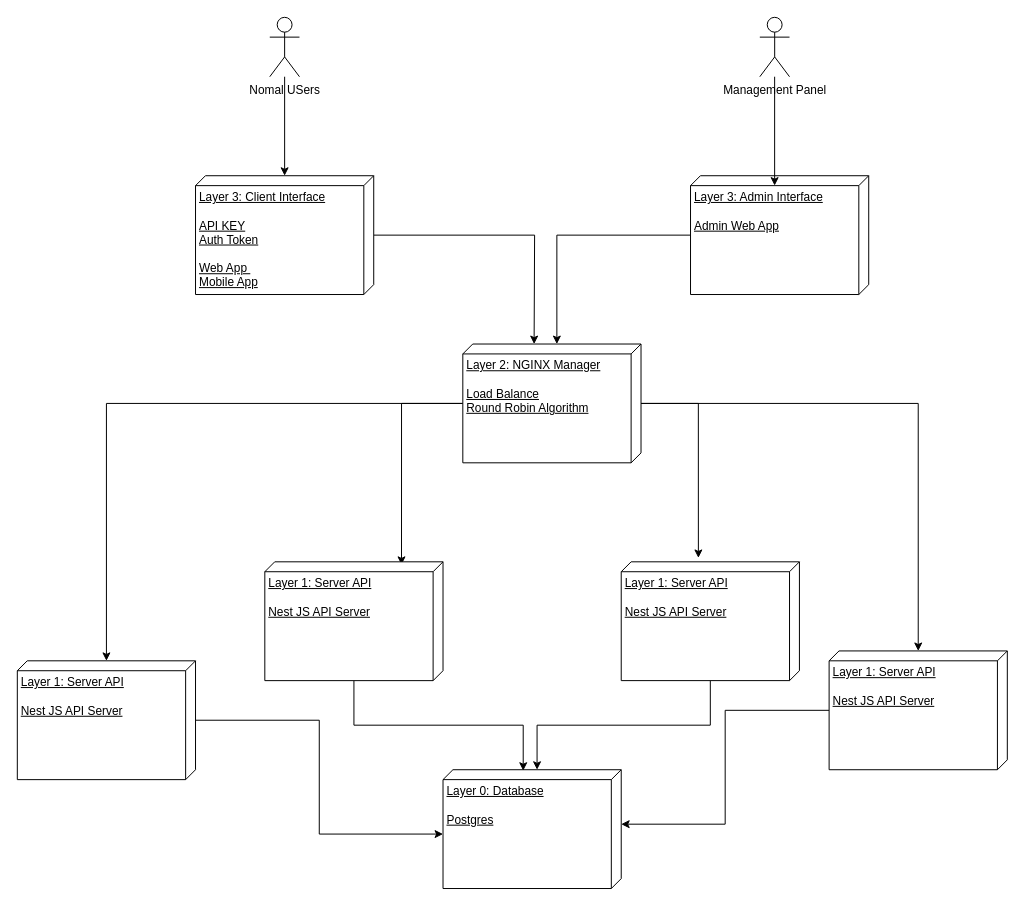
This is Untitled Diagram.drawio from imp-sike/tet, a draw.io file, before an edit. Source tidied: cells renumbered, new cells numbered last; positions are measured from the earlier drawing's top-left corner, leaving out a move shared by most shapes. Both pictures are drawn from the tidied source at 99%, with x=0, y=0 at pixel (17, 17).
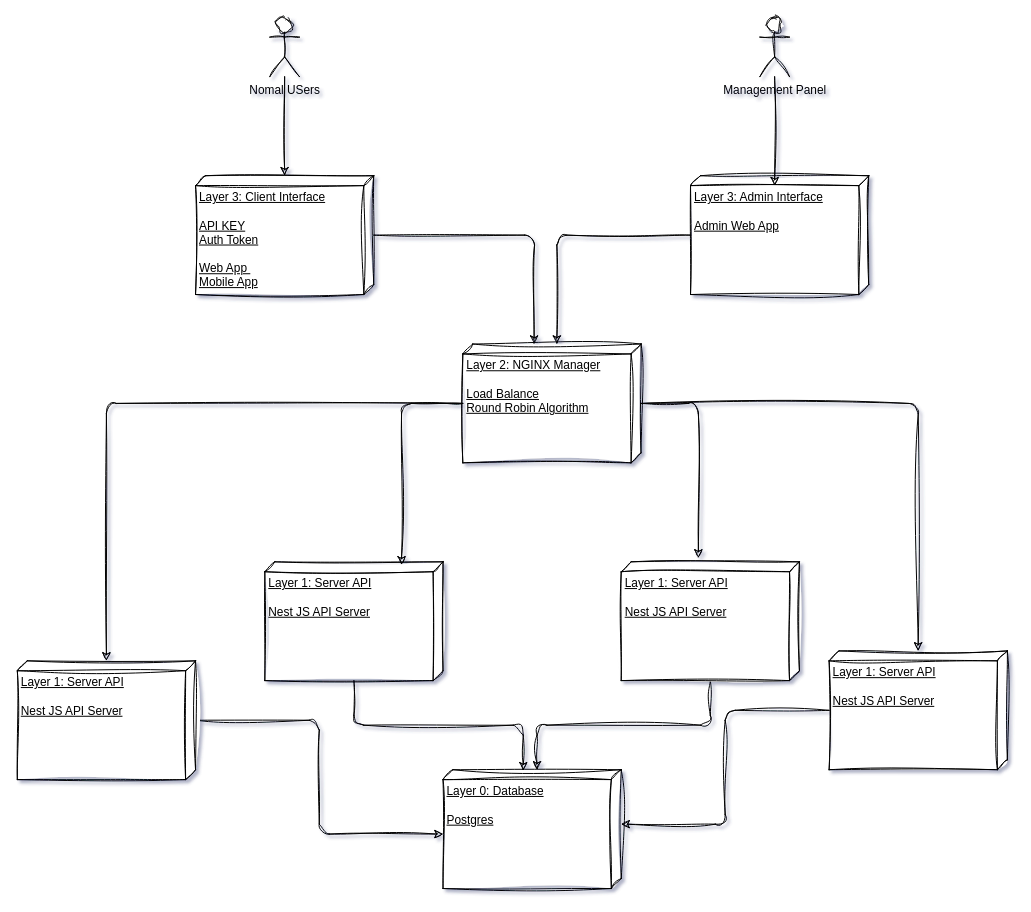
After the change.

The edit, as a diff of the source:
```diff
@@
-<mxGraphModel>
+<mxGraphModel shadow="1">
@@
-    <mxCell id="2" value="Layer 0: Database&lt;br&gt;&lt;br&gt;Postgres" style="verticalAlign=top;align=left;spacingTop=8;spacingLeft=2;spacingRight=12;shape=cube;size=10;direction=south;fontStyle=4;html=1;whiteSpace=wrap;" parent="1" vertex="1">
+    <mxCell id="2" value="Layer 0: Database&lt;br&gt;&lt;br&gt;Postgres" style="verticalAlign=top;align=left;spacingTop=8;spacingLeft=2;spacingRight=12;shape=cube;size=10;direction=south;fontStyle=4;html=1;whiteSpace=wrap;sketch=1;curveFitting=1;jiggle=2;rounded=1;" parent="1" vertex="1">
       <mxGeometry x="430" y="760" width="180" height="120" as="geometry" />
     </mxCell>
-    <mxCell id="3" style="edgeStyle=orthogonalEdgeStyle;rounded=0;jettySize=auto;html=1;entryX=0;entryY=0;entryDx=65;entryDy=180;entryPerimeter=0;" parent="1" edge="1" source="4" target="2">
+    <mxCell id="3" style="edgeStyle=orthogonalEdgeStyle;rounded=1;jettySize=auto;html=1;entryX=0;entryY=0;entryDx=65;entryDy=180;entryPerimeter=0;sketch=1;curveFitting=1;jiggle=2;" parent="1" edge="1" source="4" target="2">
       <mxGeometry relative="1" as="geometry" />
     </mxCell>
-    <mxCell id="4" value="Layer 1: Server API&lt;br&gt;&lt;br&gt;Nest JS API Server" style="verticalAlign=top;align=left;spacingTop=8;spacingLeft=2;spacingRight=12;shape=cube;size=10;direction=south;fontStyle=4;html=1;whiteSpace=wrap;" parent="1" vertex="1">
+    <mxCell id="4" value="Layer 1: Server API&lt;br&gt;&lt;br&gt;Nest JS API Server" style="verticalAlign=top;align=left;spacingTop=8;spacingLeft=2;spacingRight=12;shape=cube;size=10;direction=south;fontStyle=4;html=1;whiteSpace=wrap;sketch=1;curveFitting=1;jiggle=2;rounded=1;" parent="1" vertex="1">
       <mxGeometry y="650" width="180" height="120" as="geometry" />
     </mxCell>
-    <mxCell id="5" style="edgeStyle=orthogonalEdgeStyle;rounded=0;jettySize=auto;html=1;" parent="1" edge="1" source="9" target="4">
+    <mxCell id="5" style="edgeStyle=orthogonalEdgeStyle;rounded=1;jettySize=auto;html=1;sketch=1;curveFitting=1;jiggle=2;" parent="1" edge="1" source="9" target="4">
       <mxGeometry relative="1" as="geometry" />
     </mxCell>
-    <mxCell id="6" style="edgeStyle=orthogonalEdgeStyle;rounded=0;jettySize=auto;html=1;entryX=0.025;entryY=0.233;entryDx=0;entryDy=0;entryPerimeter=0;" parent="1" edge="1" source="9" target="17">
+    <mxCell id="6" style="edgeStyle=orthogonalEdgeStyle;rounded=1;jettySize=auto;html=1;entryX=0.025;entryY=0.233;entryDx=0;entryDy=0;entryPerimeter=0;sketch=1;curveFitting=1;jiggle=2;" parent="1" edge="1" source="9" target="17">
       <mxGeometry relative="1" as="geometry" />
     </mxCell>
-    <mxCell id="7" style="edgeStyle=orthogonalEdgeStyle;rounded=0;jettySize=auto;html=1;" parent="1" edge="1" source="9" target="13">
+    <mxCell id="7" style="edgeStyle=orthogonalEdgeStyle;rounded=1;jettySize=auto;html=1;sketch=1;curveFitting=1;jiggle=2;" parent="1" edge="1" source="9" target="13">
       <mxGeometry relative="1" as="geometry" />
     </mxCell>
-    <mxCell id="8" style="edgeStyle=orthogonalEdgeStyle;rounded=0;jettySize=auto;html=1;entryX=-0.033;entryY=0.567;entryDx=0;entryDy=0;entryPerimeter=0;" parent="1" edge="1" source="9" target="16">
+    <mxCell id="8" style="edgeStyle=orthogonalEdgeStyle;rounded=1;jettySize=auto;html=1;entryX=-0.033;entryY=0.567;entryDx=0;entryDy=0;entryPerimeter=0;sketch=1;curveFitting=1;jiggle=2;" parent="1" edge="1" source="9" target="16">
       <mxGeometry relative="1" as="geometry">
         <Array as="points">
           <mxPoint x="688" y="390" />
         </Array>
       </mxGeometry>
     </mxCell>
-    <mxCell id="9" value="Layer 2: NGINX Manager&lt;br&gt;&lt;br&gt;Load Balance&lt;br&gt;Round Robin Algorithm" style="verticalAlign=top;align=left;spacingTop=8;spacingLeft=2;spacingRight=12;shape=cube;size=10;direction=south;fontStyle=4;html=1;whiteSpace=wrap;" parent="1" vertex="1">
+    <mxCell id="9" value="Layer 2: NGINX Manager&lt;br&gt;&lt;br&gt;Load Balance&lt;br&gt;Round Robin Algorithm" style="verticalAlign=top;align=left;spacingTop=8;spacingLeft=2;spacingRight=12;shape=cube;size=10;direction=south;fontStyle=4;html=1;whiteSpace=wrap;sketch=1;curveFitting=1;jiggle=2;rounded=1;" parent="1" vertex="1">
       <mxGeometry x="450" y="330" width="180" height="120" as="geometry" />
     </mxCell>
-    <mxCell id="10" style="edgeStyle=orthogonalEdgeStyle;rounded=0;jettySize=auto;html=1;" parent="1" edge="1" source="11">
+    <mxCell id="10" style="edgeStyle=orthogonalEdgeStyle;rounded=1;jettySize=auto;html=1;sketch=1;curveFitting=1;jiggle=2;" parent="1" edge="1" source="11">
       <mxGeometry relative="1" as="geometry">
         <mxPoint x="522" y="330" as="targetPoint" />
       </mxGeometry>
     </mxCell>
-    <mxCell id="11" value="Layer 3: Client Interface&lt;br&gt;&lt;br&gt;API KEY&lt;br&gt;Auth Token&lt;br&gt;&lt;br&gt;Web App&amp;nbsp;&lt;br&gt;Mobile App" style="verticalAlign=top;align=left;spacingTop=8;spacingLeft=2;spacingRight=12;shape=cube;size=10;direction=south;fontStyle=4;html=1;whiteSpace=wrap;" parent="1" vertex="1">
+    <mxCell id="11" value="Layer 3: Client Interface&lt;br&gt;&lt;br&gt;API KEY&lt;br&gt;Auth Token&lt;br&gt;&lt;br&gt;Web App&amp;nbsp;&lt;br&gt;Mobile App" style="verticalAlign=top;align=left;spacingTop=8;spacingLeft=2;spacingRight=12;shape=cube;size=10;direction=south;fontStyle=4;html=1;whiteSpace=wrap;sketch=1;curveFitting=1;jiggle=2;rounded=1;" parent="1" vertex="1">
       <mxGeometry x="180" y="160" width="180" height="120" as="geometry" />
     </mxCell>
-    <mxCell id="12" style="edgeStyle=orthogonalEdgeStyle;rounded=0;jettySize=auto;html=1;entryX=0;entryY=0;entryDx=55;entryDy=0;entryPerimeter=0;" parent="1" edge="1" source="13" target="2">
+    <mxCell id="12" style="edgeStyle=orthogonalEdgeStyle;rounded=1;jettySize=auto;html=1;entryX=0;entryY=0;entryDx=55;entryDy=0;entryPerimeter=0;sketch=1;curveFitting=1;jiggle=2;" parent="1" edge="1" source="13" target="2">
       <mxGeometry relative="1" as="geometry" />
     </mxCell>
-    <mxCell id="13" value="Layer 1: Server API&lt;br&gt;&lt;br&gt;Nest JS API Server" style="verticalAlign=top;align=left;spacingTop=8;spacingLeft=2;spacingRight=12;shape=cube;size=10;direction=south;fontStyle=4;html=1;whiteSpace=wrap;" parent="1" vertex="1">
+    <mxCell id="13" value="Layer 1: Server API&lt;br&gt;&lt;br&gt;Nest JS API Server" style="verticalAlign=top;align=left;spacingTop=8;spacingLeft=2;spacingRight=12;shape=cube;size=10;direction=south;fontStyle=4;html=1;whiteSpace=wrap;sketch=1;curveFitting=1;jiggle=2;rounded=1;" parent="1" vertex="1">
       <mxGeometry x="820" y="640" width="180" height="120" as="geometry" />
     </mxCell>
-    <mxCell id="14" style="edgeStyle=orthogonalEdgeStyle;rounded=0;jettySize=auto;html=1;entryX=0.008;entryY=0.55;entryDx=0;entryDy=0;entryPerimeter=0;" parent="1" edge="1" source="17" target="2">
+    <mxCell id="14" style="edgeStyle=orthogonalEdgeStyle;rounded=1;jettySize=auto;html=1;entryX=0.008;entryY=0.55;entryDx=0;entryDy=0;entryPerimeter=0;sketch=1;curveFitting=1;jiggle=2;" parent="1" edge="1" source="17" target="2">
       <mxGeometry relative="1" as="geometry" />
     </mxCell>
-    <mxCell id="15" style="edgeStyle=orthogonalEdgeStyle;rounded=0;jettySize=auto;html=1;entryX=0;entryY=0;entryDx=0;entryDy=85;entryPerimeter=0;" parent="1" edge="1" source="16" target="2">
+    <mxCell id="15" style="edgeStyle=orthogonalEdgeStyle;rounded=1;jettySize=auto;html=1;entryX=0;entryY=0;entryDx=0;entryDy=85;entryPerimeter=0;sketch=1;curveFitting=1;jiggle=2;" parent="1" edge="1" source="16" target="2">
       <mxGeometry relative="1" as="geometry" />
     </mxCell>
-    <mxCell id="16" value="Layer 1: Server API&lt;br&gt;&lt;br&gt;Nest JS API Server" style="verticalAlign=top;align=left;spacingTop=8;spacingLeft=2;spacingRight=12;shape=cube;size=10;direction=south;fontStyle=4;html=1;whiteSpace=wrap;" parent="1" vertex="1">
+    <mxCell id="16" value="Layer 1: Server API&lt;br&gt;&lt;br&gt;Nest JS API Server" style="verticalAlign=top;align=left;spacingTop=8;spacingLeft=2;spacingRight=12;shape=cube;size=10;direction=south;fontStyle=4;html=1;whiteSpace=wrap;sketch=1;curveFitting=1;jiggle=2;rounded=1;" parent="1" vertex="1">
       <mxGeometry x="610" y="550" width="180" height="120" as="geometry" />
     </mxCell>
-    <mxCell id="17" value="Layer 1: Server API&lt;br&gt;&lt;br&gt;Nest JS API Server" style="verticalAlign=top;align=left;spacingTop=8;spacingLeft=2;spacingRight=12;shape=cube;size=10;direction=south;fontStyle=4;html=1;whiteSpace=wrap;" parent="1" vertex="1">
+    <mxCell id="17" value="Layer 1: Server API&lt;br&gt;&lt;br&gt;Nest JS API Server" style="verticalAlign=top;align=left;spacingTop=8;spacingLeft=2;spacingRight=12;shape=cube;size=10;direction=south;fontStyle=4;html=1;whiteSpace=wrap;sketch=1;curveFitting=1;jiggle=2;rounded=1;" parent="1" vertex="1">
       <mxGeometry x="250" y="550" width="180" height="120" as="geometry" />
     </mxCell>
-    <mxCell id="18" style="edgeStyle=orthogonalEdgeStyle;rounded=0;jettySize=auto;html=1;" parent="1" edge="1" source="19" target="11">
+    <mxCell id="18" style="edgeStyle=orthogonalEdgeStyle;rounded=1;jettySize=auto;html=1;sketch=1;curveFitting=1;jiggle=2;" parent="1" edge="1" source="19" target="11">
       <mxGeometry relative="1" as="geometry" />
     </mxCell>
-    <mxCell id="19" value="Nomal USers" style="shape=umlActor;verticalLabelPosition=bottom;verticalAlign=top;html=1;" parent="1" vertex="1">
+    <mxCell id="19" value="Nomal USers" style="shape=umlActor;verticalLabelPosition=bottom;verticalAlign=top;html=1;sketch=1;curveFitting=1;jiggle=2;rounded=1;" parent="1" vertex="1">
       <mxGeometry x="255" width="30" height="60" as="geometry" />
     </mxCell>
-    <mxCell id="20" style="edgeStyle=orthogonalEdgeStyle;rounded=0;jettySize=auto;html=1;entryX=0;entryY=0;entryDx=0;entryDy=85;entryPerimeter=0;" parent="1" edge="1" source="21" target="9">
+    <mxCell id="20" style="edgeStyle=orthogonalEdgeStyle;rounded=1;jettySize=auto;html=1;entryX=0;entryY=0;entryDx=0;entryDy=85;entryPerimeter=0;sketch=1;curveFitting=1;jiggle=2;" parent="1" edge="1" source="21" target="9">
       <mxGeometry relative="1" as="geometry" />
     </mxCell>
-    <mxCell id="21" value="Layer 3: Admin Interface&lt;br&gt;&lt;br&gt;Admin Web App" style="verticalAlign=top;align=left;spacingTop=8;spacingLeft=2;spacingRight=12;shape=cube;size=10;direction=south;fontStyle=4;html=1;whiteSpace=wrap;" parent="1" vertex="1">
+    <mxCell id="21" value="Layer 3: Admin Interface&lt;br&gt;&lt;br&gt;Admin Web App" style="verticalAlign=top;align=left;spacingTop=8;spacingLeft=2;spacingRight=12;shape=cube;size=10;direction=south;fontStyle=4;html=1;whiteSpace=wrap;sketch=1;curveFitting=1;jiggle=2;rounded=1;" parent="1" vertex="1">
       <mxGeometry x="680" y="160" width="180" height="120" as="geometry" />
     </mxCell>
-    <mxCell id="22" style="edgeStyle=orthogonalEdgeStyle;rounded=0;jettySize=auto;html=1;entryX=0.083;entryY=0.528;entryDx=0;entryDy=0;entryPerimeter=0;" parent="1" edge="1" source="23" target="21">
+    <mxCell id="22" style="edgeStyle=orthogonalEdgeStyle;rounded=1;jettySize=auto;html=1;entryX=0.083;entryY=0.528;entryDx=0;entryDy=0;entryPerimeter=0;sketch=1;curveFitting=1;jiggle=2;" parent="1" edge="1" source="23" target="21">
       <mxGeometry relative="1" as="geometry" />
     </mxCell>
-    <mxCell id="23" value="Management Panel" style="shape=umlActor;verticalLabelPosition=bottom;verticalAlign=top;html=1;" parent="1" vertex="1">
+    <mxCell id="23" value="Management Panel" style="shape=umlActor;verticalLabelPosition=bottom;verticalAlign=top;html=1;sketch=1;curveFitting=1;jiggle=2;rounded=1;" parent="1" vertex="1">
       <mxGeometry x="750" width="30" height="60" as="geometry" />
     </mxCell>
```
